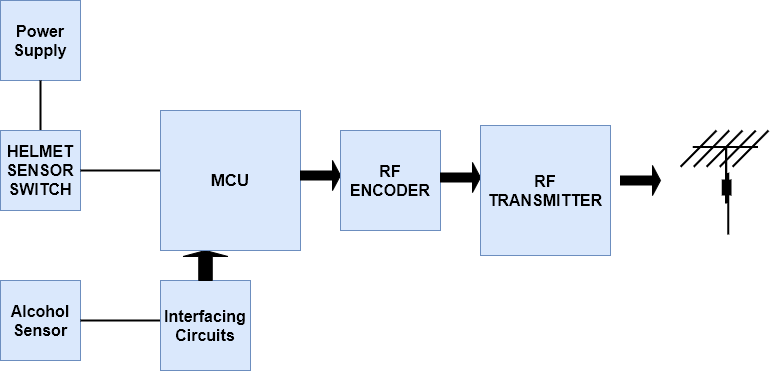
Earlier version of the draw.io export architecture/alcohol.png (mu-ki/Finalyear-Project). Source tidied: cells renumbered, new cells last; positions are measured from the earlier drawing's top-left corner, leaving out a move shared by most shapes. Its diagram source:
```xml
<mxGraphModel>
  <root>
    <mxCell id="0" />
    <mxCell id="1" parent="0" />
    <mxCell id="2" value="&lt;b style=&quot;font-size: 16px&quot;&gt;Power&lt;br&gt;Supply&lt;/b&gt;" style="whiteSpace=wrap;html=1;fillColor=#dae8fc;strokeColor=#6c8ebf;" parent="1" vertex="1">
      <mxGeometry width="80" height="80" as="geometry" />
    </mxCell>
    <mxCell id="3" style="line;strokeWidth=2;direction=south;html=1;" parent="1" vertex="1">
      <mxGeometry x="35" y="80" width="10" height="60" as="geometry" />
    </mxCell>
    <mxCell id="4" value="&lt;span style=&quot;font-size: 16px&quot;&gt;&lt;b&gt;HELMET SENSOR SWITCH&lt;/b&gt;&lt;/span&gt;" style="whiteSpace=wrap;html=1;fillColor=#dae8fc;strokeColor=#6c8ebf;" parent="1" vertex="1">
      <mxGeometry y="130" width="80" height="80" as="geometry" />
    </mxCell>
    <mxCell id="5" style="line;strokeWidth=2;html=1;" parent="1" vertex="1">
      <mxGeometry x="80" y="165" width="80" height="10" as="geometry" />
    </mxCell>
    <mxCell id="6" value="&lt;span style=&quot;font-size: 16px&quot;&gt;&lt;b&gt;Alcohol&lt;br&gt;Sensor&lt;br&gt;&lt;/b&gt;&lt;/span&gt;" style="whiteSpace=wrap;html=1;fillColor=#dae8fc;strokeColor=#6c8ebf;" parent="1" vertex="1">
      <mxGeometry y="280" width="80" height="80" as="geometry" />
    </mxCell>
    <mxCell id="7" style="line;strokeWidth=2;html=1;" parent="1" vertex="1">
      <mxGeometry x="80" y="315" width="80" height="10" as="geometry" />
    </mxCell>
    <mxCell id="8" value="&lt;span style=&quot;font-size: 16px&quot;&gt;&lt;b&gt;Interfacing&lt;br&gt;Circuits&lt;br&gt;&lt;/b&gt;&lt;/span&gt;" style="whiteSpace=wrap;html=1;fillColor=#dae8fc;strokeColor=#6c8ebf;" parent="1" vertex="1">
      <mxGeometry x="160" y="280" width="90" height="90" as="geometry" />
    </mxCell>
    <mxCell id="9" style="shape=singleArrow;direction=north;whiteSpace=wrap;html=1;fillColor=#000000;" parent="1" vertex="1">
      <mxGeometry x="182.5" y="250" width="45" height="30" as="geometry" />
    </mxCell>
    <mxCell id="10" value="&lt;font style=&quot;font-size: 17px&quot;&gt;&lt;b&gt;MCU&lt;/b&gt;&lt;/font&gt;" style="whiteSpace=wrap;html=1;fillColor=#dae8fc;strokeColor=#6c8ebf;" parent="1" vertex="1">
      <mxGeometry x="160" y="110" width="140" height="140" as="geometry" />
    </mxCell>
    <mxCell id="11" style="shape=singleArrow;whiteSpace=wrap;html=1;fillColor=#000000;" parent="1" vertex="1">
      <mxGeometry x="300" y="160" width="40" height="30" as="geometry" />
    </mxCell>
    <mxCell id="12" value="&lt;span style=&quot;font-size: 16px&quot;&gt;&lt;b&gt;RF&lt;br&gt;ENCODER&lt;br&gt;&lt;/b&gt;&lt;/span&gt;" style="whiteSpace=wrap;html=1;fillColor=#dae8fc;strokeColor=#6c8ebf;" parent="1" vertex="1">
      <mxGeometry x="340" y="130" width="100" height="100" as="geometry" />
    </mxCell>
    <mxCell id="13" style="shape=singleArrow;whiteSpace=wrap;html=1;fillColor=#000000;" parent="1" vertex="1">
      <mxGeometry x="440" y="162" width="40" height="30" as="geometry" />
    </mxCell>
    <mxCell id="14" value="&lt;span style=&quot;font-size: 16px&quot;&gt;&lt;b&gt;RF&lt;br&gt;TRANSMITTER&lt;br&gt;&lt;/b&gt;&lt;/span&gt;" style="whiteSpace=wrap;html=1;fillColor=#dae8fc;strokeColor=#6c8ebf;" parent="1" vertex="1">
      <mxGeometry x="480" y="125" width="130" height="130" as="geometry" />
    </mxCell>
    <mxCell id="15" style="edgeStyle=orthogonalEdgeStyle;rounded=0;orthogonalLoop=1;jettySize=auto;html=1;exitX=0;exitY=0.5;exitDx=0;exitDy=0;exitPerimeter=0;entryX=0;entryY=0;entryDx=16;entryDy=10.500000000000002;entryPerimeter=0;" parent="1" edge="1" source="13" target="13">
      <mxGeometry relative="1" as="geometry" />
    </mxCell>
    <mxCell id="16" style="shape=singleArrow;whiteSpace=wrap;html=1;fillColor=#000000;" parent="1" vertex="1">
      <mxGeometry x="620" y="165" width="40" height="30" as="geometry" />
    </mxCell>
    <mxCell id="17" style="shape=mxgraph.cisco.wireless.antenna;html=1;dashed=0;fillColor=#036897;strokeColor=#ffffff;strokeWidth=2;verticalLabelPosition=bottom;verticalAlign=top;" parent="1" vertex="1">
      <mxGeometry x="680" y="130" width="88" height="104" as="geometry" />
    </mxCell>
  </root>
</mxGraphModel>
```
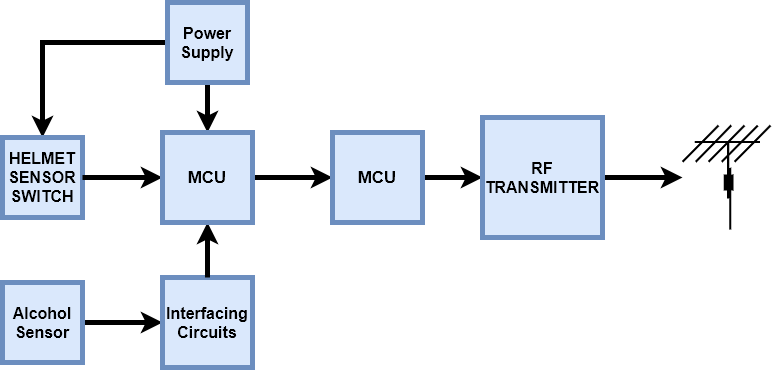
The same diagram one commit later.

The edit, as a diff of the source:
```diff
@@ -2,53 +2,53 @@
   <root>
     <mxCell id="0" />
     <mxCell id="1" parent="0" />
+    <mxCell id="18" style="edgeStyle=orthogonalEdgeStyle;rounded=0;jettySize=auto;html=1;strokeWidth=5;" parent="1" edge="1" source="2" target="10">
+      <mxGeometry relative="1" as="geometry" />
+    </mxCell>
+    <mxCell id="19" style="edgeStyle=orthogonalEdgeStyle;rounded=0;jettySize=auto;html=1;strokeWidth=5;" parent="1" edge="1" source="2" target="4">
+      <mxGeometry relative="1" as="geometry" />
+    </mxCell>
-    <mxCell id="2" value="&lt;b style=&quot;font-size: 16px&quot;&gt;Power&lt;br&gt;Supply&lt;/b&gt;" style="whiteSpace=wrap;html=1;fillColor=#dae8fc;strokeColor=#6c8ebf;" parent="1" vertex="1">
-      <mxGeometry width="80" height="80" as="geometry" />
+    <mxCell id="2" value="&lt;b style=&quot;font-size: 16px&quot;&gt;Power&lt;br&gt;Supply&lt;/b&gt;" style="whiteSpace=wrap;html=1;fillColor=#dae8fc;strokeColor=#6c8ebf;strokeWidth=5;" parent="1" vertex="1">
+      <mxGeometry x="165" y="-20" width="80" height="80" as="geometry" />
     </mxCell>
-    <mxCell id="3" style="line;strokeWidth=2;direction=south;html=1;" parent="1" vertex="1">
-      <mxGeometry x="35" y="80" width="10" height="60" as="geometry" />
-    </mxCell>
-    <mxCell id="4" value="&lt;span style=&quot;font-size: 16px&quot;&gt;&lt;b&gt;HELMET SENSOR SWITCH&lt;/b&gt;&lt;/span&gt;" style="whiteSpace=wrap;html=1;fillColor=#dae8fc;strokeColor=#6c8ebf;" parent="1" vertex="1">
-      <mxGeometry y="130" width="80" height="80" as="geometry" />
+    <mxCell id="4" value="&lt;span style=&quot;font-size: 16px&quot;&gt;&lt;b&gt;HELMET SENSOR SWITCH&lt;/b&gt;&lt;/span&gt;" style="whiteSpace=wrap;html=1;fillColor=#dae8fc;strokeColor=#6c8ebf;strokeWidth=5;" parent="1" vertex="1">
+      <mxGeometry y="115" width="80" height="80" as="geometry" />
     </mxCell>
-    <mxCell id="5" style="line;strokeWidth=2;html=1;" parent="1" vertex="1">
-      <mxGeometry x="80" y="165" width="80" height="10" as="geometry" />
-    </mxCell>
+    <mxCell id="20" style="edgeStyle=orthogonalEdgeStyle;rounded=0;jettySize=auto;html=1;strokeWidth=5;" parent="1" edge="1" source="6" target="8">
+      <mxGeometry relative="1" as="geometry" />
+    </mxCell>
-    <mxCell id="6" value="&lt;span style=&quot;font-size: 16px&quot;&gt;&lt;b&gt;Alcohol&lt;br&gt;Sensor&lt;br&gt;&lt;/b&gt;&lt;/span&gt;" style="whiteSpace=wrap;html=1;fillColor=#dae8fc;strokeColor=#6c8ebf;" parent="1" vertex="1">
-      <mxGeometry y="280" width="80" height="80" as="geometry" />
+    <mxCell id="6" value="&lt;span style=&quot;font-size: 16px&quot;&gt;&lt;b&gt;Alcohol&lt;br&gt;Sensor&lt;br&gt;&lt;/b&gt;&lt;/span&gt;" style="whiteSpace=wrap;html=1;fillColor=#dae8fc;strokeColor=#6c8ebf;strokeWidth=5;" parent="1" vertex="1">
+      <mxGeometry y="260" width="80" height="80" as="geometry" />
     </mxCell>
-    <mxCell id="7" style="line;strokeWidth=2;html=1;" parent="1" vertex="1">
-      <mxGeometry x="80" y="315" width="80" height="10" as="geometry" />
-    </mxCell>
-    <mxCell id="8" value="&lt;span style=&quot;font-size: 16px&quot;&gt;&lt;b&gt;Interfacing&lt;br&gt;Circuits&lt;br&gt;&lt;/b&gt;&lt;/span&gt;" style="whiteSpace=wrap;html=1;fillColor=#dae8fc;strokeColor=#6c8ebf;" parent="1" vertex="1">
-      <mxGeometry x="160" y="280" width="90" height="90" as="geometry" />
+    <mxCell id="8" value="&lt;span style=&quot;font-size: 16px&quot;&gt;&lt;b&gt;Interfacing&lt;br&gt;Circuits&lt;br&gt;&lt;/b&gt;&lt;/span&gt;" style="whiteSpace=wrap;html=1;fillColor=#dae8fc;strokeColor=#6c8ebf;strokeWidth=5;" parent="1" vertex="1">
+      <mxGeometry x="160" y="255" width="90" height="90" as="geometry" />
     </mxCell>
-    <mxCell id="9" style="shape=singleArrow;direction=north;whiteSpace=wrap;html=1;fillColor=#000000;" parent="1" vertex="1">
-      <mxGeometry x="182.5" y="250" width="45" height="30" as="geometry" />
-    </mxCell>
+    <mxCell id="21" style="edgeStyle=orthogonalEdgeStyle;rounded=0;jettySize=auto;html=1;strokeWidth=5;" parent="1" edge="1" source="8" target="10">
+      <mxGeometry relative="1" as="geometry" />
+    </mxCell>
+    <mxCell id="22" style="edgeStyle=orthogonalEdgeStyle;rounded=0;jettySize=auto;html=1;strokeWidth=5;" parent="1" edge="1" source="4" target="10">
+      <mxGeometry relative="1" as="geometry" />
+    </mxCell>
+    <mxCell id="23" style="edgeStyle=orthogonalEdgeStyle;rounded=0;jettySize=auto;html=1;strokeWidth=5;" parent="1" edge="1" source="10" target="25">
+      <mxGeometry relative="1" as="geometry" />
+    </mxCell>
-    <mxCell id="10" value="&lt;font style=&quot;font-size: 17px&quot;&gt;&lt;b&gt;MCU&lt;/b&gt;&lt;/font&gt;" style="whiteSpace=wrap;html=1;fillColor=#dae8fc;strokeColor=#6c8ebf;" parent="1" vertex="1">
-      <mxGeometry x="160" y="110" width="140" height="140" as="geometry" />
+    <mxCell id="10" value="&lt;font style=&quot;font-size: 17px&quot;&gt;&lt;b&gt;MCU&lt;/b&gt;&lt;/font&gt;" style="whiteSpace=wrap;html=1;fillColor=#dae8fc;strokeColor=#6c8ebf;strokeWidth=5;" parent="1" vertex="1">
+      <mxGeometry x="160" y="110" width="90" height="90" as="geometry" />
     </mxCell>
-    <mxCell id="11" style="shape=singleArrow;whiteSpace=wrap;html=1;fillColor=#000000;" parent="1" vertex="1">
-      <mxGeometry x="300" y="160" width="40" height="30" as="geometry" />
-    </mxCell>
-    <mxCell id="12" value="&lt;span style=&quot;font-size: 16px&quot;&gt;&lt;b&gt;RF&lt;br&gt;ENCODER&lt;br&gt;&lt;/b&gt;&lt;/span&gt;" style="whiteSpace=wrap;html=1;fillColor=#dae8fc;strokeColor=#6c8ebf;" parent="1" vertex="1">
-      <mxGeometry x="340" y="130" width="100" height="100" as="geometry" />
-    </mxCell>
-    <mxCell id="13" style="shape=singleArrow;whiteSpace=wrap;html=1;fillColor=#000000;" parent="1" vertex="1">
-      <mxGeometry x="440" y="162" width="40" height="30" as="geometry" />
-    </mxCell>
+    <mxCell id="24" style="edgeStyle=orthogonalEdgeStyle;rounded=0;jettySize=auto;html=1;strokeWidth=5;" parent="1" edge="1" source="25" target="14">
+      <mxGeometry relative="1" as="geometry" />
+    </mxCell>
+    <mxCell id="25" value="&lt;font style=&quot;font-size: 17px&quot;&gt;&lt;b&gt;MCU&lt;/b&gt;&lt;/font&gt;" style="whiteSpace=wrap;html=1;fillColor=#dae8fc;strokeColor=#6c8ebf;strokeWidth=5;" parent="1" vertex="1">
+      <mxGeometry x="330" y="110" width="90" height="90" as="geometry" />
+    </mxCell>
+    <mxCell id="26" style="edgeStyle=orthogonalEdgeStyle;rounded=0;jettySize=auto;html=1;strokeWidth=5;" parent="1" edge="1" source="14" target="17">
+      <mxGeometry relative="1" as="geometry" />
+    </mxCell>
-    <mxCell id="14" value="&lt;span style=&quot;font-size: 16px&quot;&gt;&lt;b&gt;RF&lt;br&gt;TRANSMITTER&lt;br&gt;&lt;/b&gt;&lt;/span&gt;" style="whiteSpace=wrap;html=1;fillColor=#dae8fc;strokeColor=#6c8ebf;" parent="1" vertex="1">
-      <mxGeometry x="480" y="125" width="130" height="130" as="geometry" />
+    <mxCell id="14" value="&lt;span style=&quot;font-size: 16px&quot;&gt;&lt;b&gt;RF&lt;br&gt;TRANSMITTER&lt;br&gt;&lt;/b&gt;&lt;/span&gt;" style="whiteSpace=wrap;html=1;fillColor=#dae8fc;strokeColor=#6c8ebf;strokeWidth=5;" parent="1" vertex="1">
+      <mxGeometry x="480" y="95" width="120" height="120" as="geometry" />
     </mxCell>
-    <mxCell id="15" style="edgeStyle=orthogonalEdgeStyle;rounded=0;orthogonalLoop=1;jettySize=auto;html=1;exitX=0;exitY=0.5;exitDx=0;exitDy=0;exitPerimeter=0;entryX=0;entryY=0;entryDx=16;entryDy=10.500000000000002;entryPerimeter=0;" parent="1" edge="1" source="13" target="13">
-      <mxGeometry relative="1" as="geometry" />
-    </mxCell>
-    <mxCell id="16" style="shape=singleArrow;whiteSpace=wrap;html=1;fillColor=#000000;" parent="1" vertex="1">
-      <mxGeometry x="620" y="165" width="40" height="30" as="geometry" />
-    </mxCell>
     <mxCell id="17" style="shape=mxgraph.cisco.wireless.antenna;html=1;dashed=0;fillColor=#036897;strokeColor=#ffffff;strokeWidth=2;verticalLabelPosition=bottom;verticalAlign=top;" parent="1" vertex="1">
-      <mxGeometry x="680" y="130" width="88" height="104" as="geometry" />
+      <mxGeometry x="680" y="103" width="88" height="104" as="geometry" />
     </mxCell>
   </root>
 </mxGraphModel>
```
